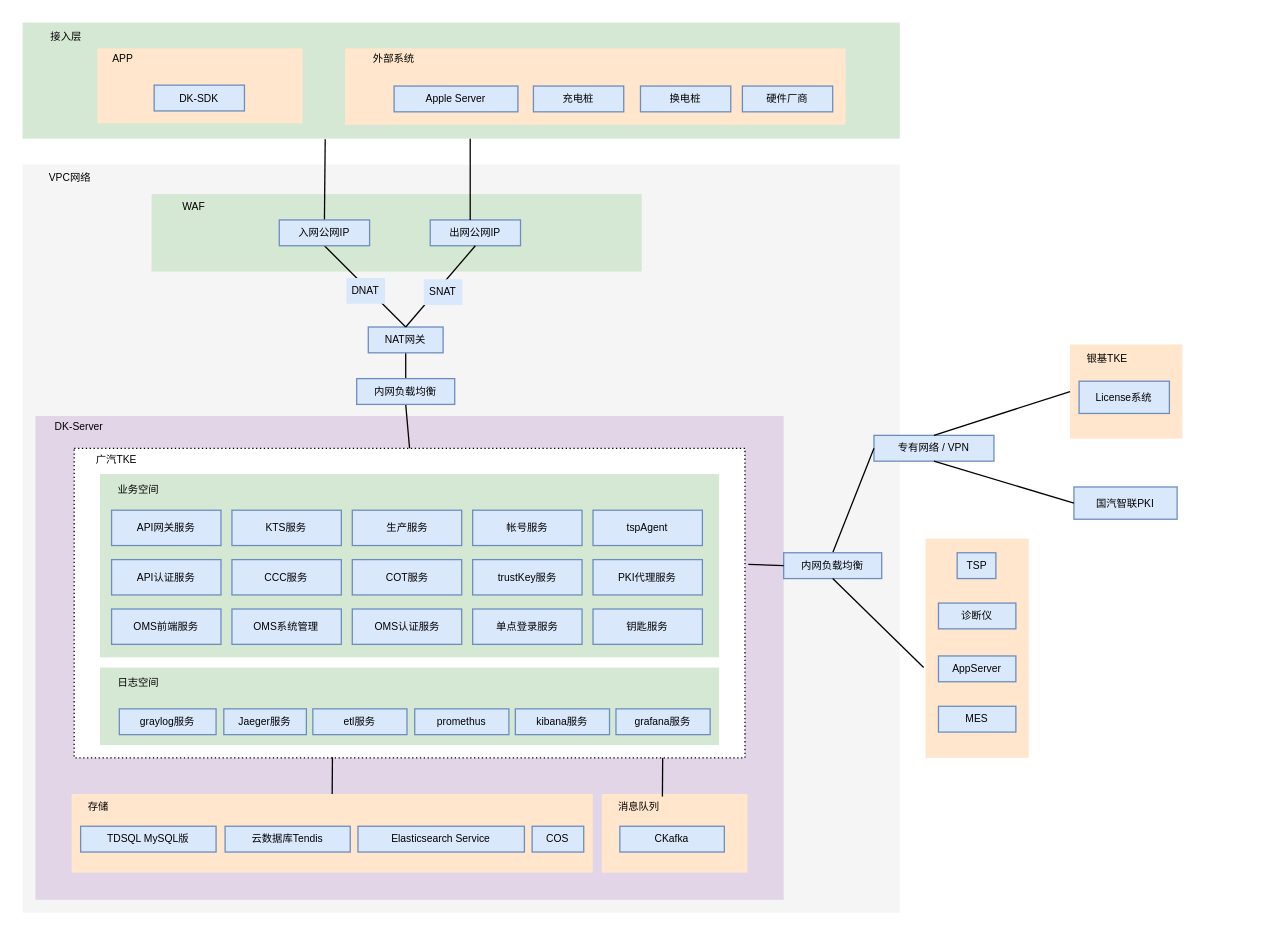
jianguocong/chart keeps this draw.io diagram as 未命名绘图.drawio. Above is the earlier version. Source tidied: cells renumbered, new cells numbered last; positions are measured from the earlier drawing's top-left corner, leaving out a move shared by most shapes. Both pictures are drawn from the tidied source at 129%, with x=0, y=0 at pixel (22, 22).
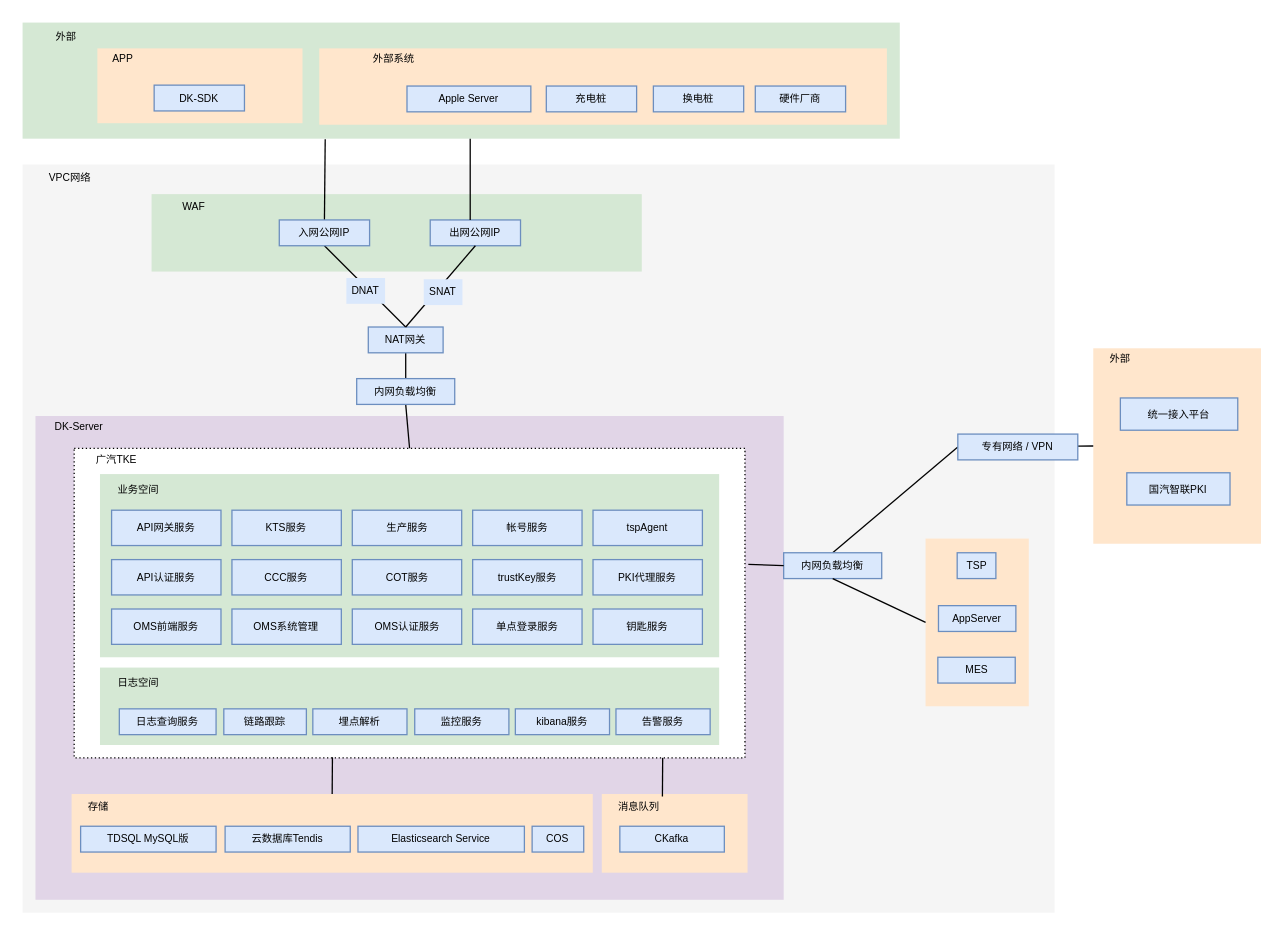
After the change.

Commit message:
更新未命名绘图.drawio

The change refers to these unchanged cells:
```xml
<mxCell id="50" style="group;" parent="1" vertex="1">
  <mxGeometry x="60" y="500" width="480" height="60" as="geometry" />
</mxCell>
<mxCell id="67" value="内网负载均衡" style="rounded=0;whiteSpace=wrap;html=1;fillColor=#dae8fc;strokeColor=#6c8ebf;fontSize=8;" parent="1" vertex="1">
  <mxGeometry x="590" y="411" width="76" height="20" as="geometry" />
</mxCell>
```

What changed in the source:
```diff
@@
     <mxCell id="3" style="rounded=0;whiteSpace=wrap;html=1;fillColor=#f5f5f5;strokeColor=none;fontSize=8;fontColor=#333333;" parent="1" vertex="1">
-      <mxGeometry y="110" width="680" height="580" as="geometry" />
+      <mxGeometry y="110" width="800" height="580" as="geometry" />
     </mxCell>
@@
     <mxCell id="14" style="rounded=0;whiteSpace=wrap;html=1;fillColor=#ffe6cc;strokeColor=none;fontSize=8;" parent="1" vertex="1">
-      <mxGeometry x="812" y="249.5" width="87" height="73" as="geometry" />
+      <mxGeometry x="830" y="252.5" width="130" height="151.5" as="geometry" />
     </mxCell>
-    <mxCell id="15" value="银基TKE" style="rounded=0;whiteSpace=wrap;html=1;strokeColor=none;fillColor=none;fontSize=8;" parent="1" vertex="1">
-      <mxGeometry x="812" y="251" width="58" height="20" as="geometry" />
+    <mxCell id="15" value="外部" style="rounded=0;whiteSpace=wrap;html=1;strokeColor=none;fillColor=none;fontSize=8;" parent="1" vertex="1">
+      <mxGeometry x="822" y="251" width="58" height="20" as="geometry" />
     </mxCell>
-    <mxCell id="16" value="专有网络 / VPN" style="rounded=0;whiteSpace=wrap;html=1;fillColor=#dae8fc;strokeColor=#6c8ebf;fontSize=8;" parent="1" vertex="1">
-      <mxGeometry x="660" y="320" width="93" height="20" as="geometry" />
-    </mxCell>
@@
-    <mxCell id="18" style="endArrow=none;html=1;rounded=0;exitX=0.5;exitY=0;exitDx=0;exitDy=0;fontSize=8;entryX=0;entryY=0.5;entryDx=0;entryDy=0;" parent="1" edge="1" source="16" target="14">
+    <mxCell id="18" style="endArrow=none;html=1;rounded=0;fontSize=8;entryX=0;entryY=0.5;entryDx=0;entryDy=0;startArrow=none;" parent="1" edge="1" source="16" target="14">
       <mxGeometry relative="1" as="geometry" />
     </mxCell>
-    <mxCell id="19" value="License系统" style="rounded=0;whiteSpace=wrap;html=1;fillColor=#dae8fc;strokeColor=#6c8ebf;fontSize=8;" parent="1" vertex="1">
-      <mxGeometry x="819" y="278" width="70" height="25" as="geometry" />
+    <mxCell id="19" value="统一接入平台" style="rounded=0;whiteSpace=wrap;html=1;fillColor=#dae8fc;strokeColor=#6c8ebf;fontSize=8;" parent="1" vertex="1">
+      <mxGeometry x="851" y="291" width="91" height="25" as="geometry" />
     </mxCell>
@@
-    <mxCell id="52" value="graylog服务" style="rounded=0;whiteSpace=wrap;html=1;fillColor=#dae8fc;strokeColor=#6c8ebf;fontSize=8;flipH=0;flipV=1;" parent="50" vertex="1">
+    <mxCell id="52" value="日志查询服务" style="rounded=0;whiteSpace=wrap;html=1;fillColor=#dae8fc;strokeColor=#6c8ebf;fontSize=8;flipH=0;flipV=1;" parent="50" vertex="1">
       <mxGeometry x="15" y="32" width="75" height="20" as="geometry" />
     </mxCell>
@@
-    <mxCell id="54" value="Jaeger服务" style="rounded=0;whiteSpace=wrap;html=1;fillColor=#dae8fc;strokeColor=#6c8ebf;fontSize=8;flipH=0;flipV=1;" parent="50" vertex="1">
+    <mxCell id="54" value="链路跟踪" style="rounded=0;whiteSpace=wrap;html=1;fillColor=#dae8fc;strokeColor=#6c8ebf;fontSize=8;flipH=0;flipV=1;" parent="50" vertex="1">
       <mxGeometry x="96" y="32" width="64" height="20" as="geometry" />
     </mxCell>
-    <mxCell id="55" value="grafana服务" style="rounded=0;whiteSpace=wrap;html=1;fillColor=#dae8fc;strokeColor=#6c8ebf;fontSize=8;flipH=0;flipV=1;" parent="50" vertex="1">
+    <mxCell id="55" value="告警服务" style="rounded=0;whiteSpace=wrap;html=1;fillColor=#dae8fc;strokeColor=#6c8ebf;fontSize=8;flipH=0;flipV=1;" parent="50" vertex="1">
       <mxGeometry x="400" y="32" width="73" height="20" as="geometry" />
     </mxCell>
@@
-    <mxCell id="57" value="etl服务" style="rounded=0;whiteSpace=wrap;html=1;fillColor=#dae8fc;strokeColor=#6c8ebf;fontSize=8;flipH=0;flipV=1;" parent="50" vertex="1">
+    <mxCell id="57" value="埋点解析" style="rounded=0;whiteSpace=wrap;html=1;fillColor=#dae8fc;strokeColor=#6c8ebf;fontSize=8;flipH=0;flipV=1;" parent="50" vertex="1">
       <mxGeometry x="165" y="32" width="73" height="20" as="geometry" />
     </mxCell>
-    <mxCell id="58" value="promethus" style="rounded=0;whiteSpace=wrap;html=1;fillColor=#dae8fc;strokeColor=#6c8ebf;fontSize=8;flipH=0;flipV=1;" parent="50" vertex="1">
+    <mxCell id="58" value="监控服务" style="rounded=0;whiteSpace=wrap;html=1;fillColor=#dae8fc;strokeColor=#6c8ebf;fontSize=8;flipH=0;flipV=1;" parent="50" vertex="1">
       <mxGeometry x="244" y="32" width="73" height="20" as="geometry" />
     </mxCell>
@@
-    <mxCell id="69" value="接入层" style="rounded=0;whiteSpace=wrap;html=1;fillColor=none;strokeColor=none;fontSize=8;" parent="1" vertex="1">
+    <mxCell id="69" value="外部" style="rounded=0;whiteSpace=wrap;html=1;fillColor=none;strokeColor=none;fontSize=8;" parent="1" vertex="1">
       <mxGeometry x="1" y="0.5" width="66" height="20" as="geometry" />
     </mxCell>
@@
     <mxCell id="72" style="rounded=0;whiteSpace=wrap;html=1;fillColor=#ffe6cc;strokeColor=none;fontSize=8;" parent="1" vertex="1">
-      <mxGeometry x="250" y="20" width="388" height="59.2" as="geometry" />
+      <mxGeometry x="230" y="20" width="440" height="59.2" as="geometry" />
     </mxCell>
     <mxCell id="73" value="Apple Server" style="rounded=0;whiteSpace=wrap;html=1;fillColor=#dae8fc;strokeColor=#6c8ebf;fontSize=8;" parent="1" vertex="1">
-      <mxGeometry x="288" y="49.2" width="96" height="20" as="geometry" />
+      <mxGeometry x="298" y="49.2" width="96" height="20" as="geometry" />
     </mxCell>
     <mxCell id="74" value="充电桩" style="rounded=0;whiteSpace=wrap;html=1;fillColor=#dae8fc;strokeColor=#6c8ebf;fontSize=8;" parent="1" vertex="1">
-      <mxGeometry x="396" y="49.2" width="70" height="20" as="geometry" />
+      <mxGeometry x="406" y="49.2" width="70" height="20" as="geometry" />
     </mxCell>
     <mxCell id="75" value="换电桩" style="rounded=0;whiteSpace=wrap;html=1;fillColor=#dae8fc;strokeColor=#6c8ebf;fontSize=8;" parent="1" vertex="1">
-      <mxGeometry x="479" y="49.2" width="70" height="20" as="geometry" />
+      <mxGeometry x="489" y="49.2" width="70" height="20" as="geometry" />
     </mxCell>
@@
     <mxCell id="79" value="国汽智联PKI" style="rounded=0;whiteSpace=wrap;html=1;fillColor=#dae8fc;strokeColor=#6c8ebf;fontSize=8;" parent="1" vertex="1">
-      <mxGeometry x="815" y="360" width="80" height="25" as="geometry" />
+      <mxGeometry x="856" y="349" width="80" height="25" as="geometry" />
     </mxCell>
-    <mxCell id="80" style="endArrow=none;html=1;rounded=0;fontSize=8;entryX=0;entryY=0.5;entryDx=0;entryDy=0;exitX=0.5;exitY=1;exitDx=0;exitDy=0;" parent="1" edge="1" source="16" target="79">
-      <mxGeometry relative="1" as="geometry" />
-    </mxCell>
     <mxCell id="81" style="rounded=0;whiteSpace=wrap;html=1;fillColor=#ffe6cc;strokeColor=none;fontSize=8;" parent="1" vertex="1">
-      <mxGeometry x="700" y="400" width="80" height="170" as="geometry" />
+      <mxGeometry x="700" y="400" width="80" height="130" as="geometry" />
     </mxCell>
@@
     <mxCell id="83" value="AppServer" style="rounded=0;whiteSpace=wrap;html=1;fillColor=#dae8fc;strokeColor=#6c8ebf;fontSize=8;" parent="1" vertex="1">
-      <mxGeometry x="710" y="491" width="60" height="20" as="geometry" />
+      <mxGeometry x="710" y="452" width="60" height="20" as="geometry" />
     </mxCell>
-    <mxCell id="84" style="endArrow=none;html=1;rounded=0;entryX=0;entryY=0.5;entryDx=0;entryDy=0;fontSize=8;exitX=0.5;exitY=1;exitDx=0;exitDy=0;" parent="1" edge="1" source="67">
-      <mxGeometry relative="1" as="geometry">
-        <mxPoint x="698.5" y="500" as="targetPoint" />
-      </mxGeometry>
+    <mxCell id="84" style="endArrow=none;html=1;rounded=0;entryX=0;entryY=0.5;entryDx=0;entryDy=0;fontSize=8;exitX=0.5;exitY=1;exitDx=0;exitDy=0;" parent="1" edge="1" source="67" target="81">
+      <mxGeometry relative="1" as="geometry" />
     </mxCell>
     <mxCell id="85" value="硬件厂商" style="rounded=0;whiteSpace=wrap;html=1;fillColor=#dae8fc;strokeColor=#6c8ebf;fontSize=8;" parent="1" vertex="1">
-      <mxGeometry x="558" y="49.2" width="70" height="20" as="geometry" />
+      <mxGeometry x="568" y="49.2" width="70" height="20" as="geometry" />
     </mxCell>
-    <mxCell id="86" value="诊断仪" style="rounded=0;whiteSpace=wrap;html=1;fillColor=#dae8fc;strokeColor=#6c8ebf;fontSize=8;" parent="1" vertex="1">
-      <mxGeometry x="710" y="450" width="60" height="20" as="geometry" />
-    </mxCell>
     <mxCell id="87" value="MES" style="rounded=0;whiteSpace=wrap;html=1;fillColor=#dae8fc;strokeColor=#6c8ebf;fontSize=8;" parent="1" vertex="1">
-      <mxGeometry x="710" y="530" width="60" height="20" as="geometry" />
+      <mxGeometry x="709.5" y="492" width="60" height="20" as="geometry" />
     </mxCell>
+    <mxCell id="16" value="专有网络 / VPN" style="rounded=0;whiteSpace=wrap;html=1;fillColor=#dae8fc;strokeColor=#6c8ebf;fontSize=8;" parent="1" vertex="1">
+      <mxGeometry x="725" y="319" width="93" height="20" as="geometry" />
+    </mxCell>
```
